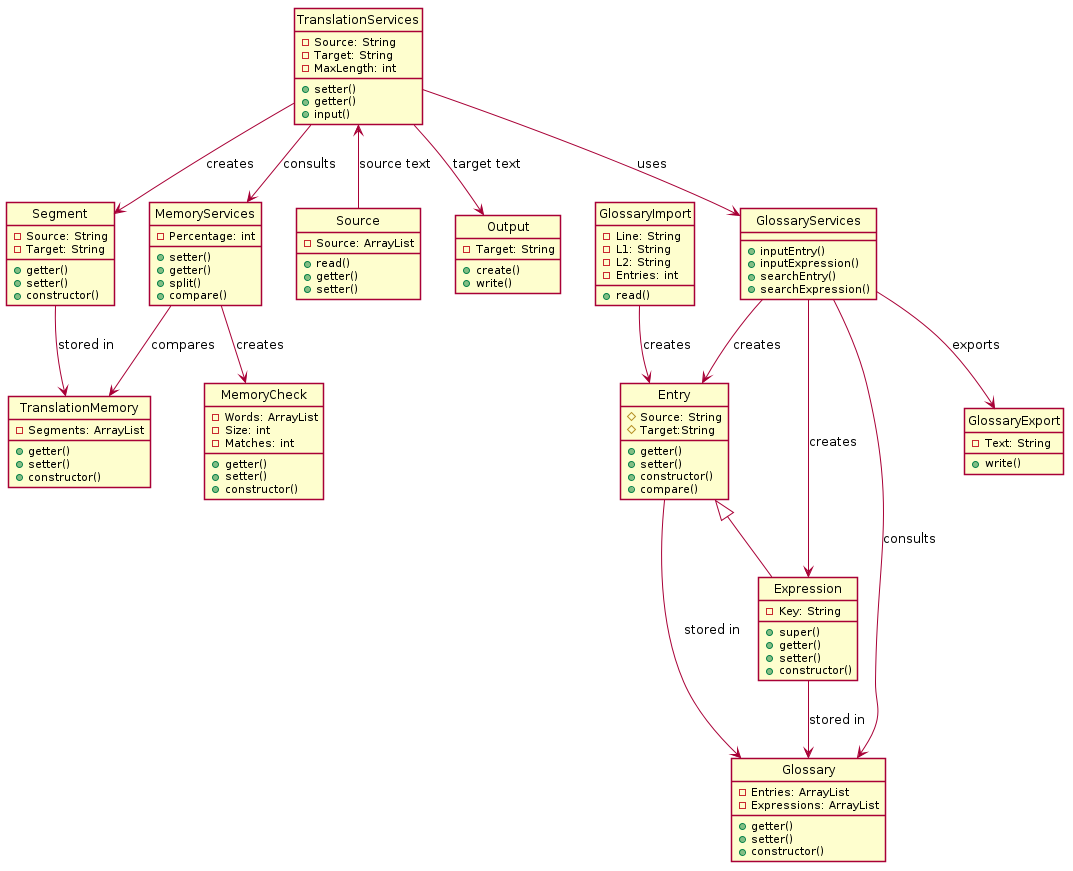
emiestevarena/OpenCATe keeps this PlantUML diagram as out/sequence/OpenCATe.png. Above is the earlier version.
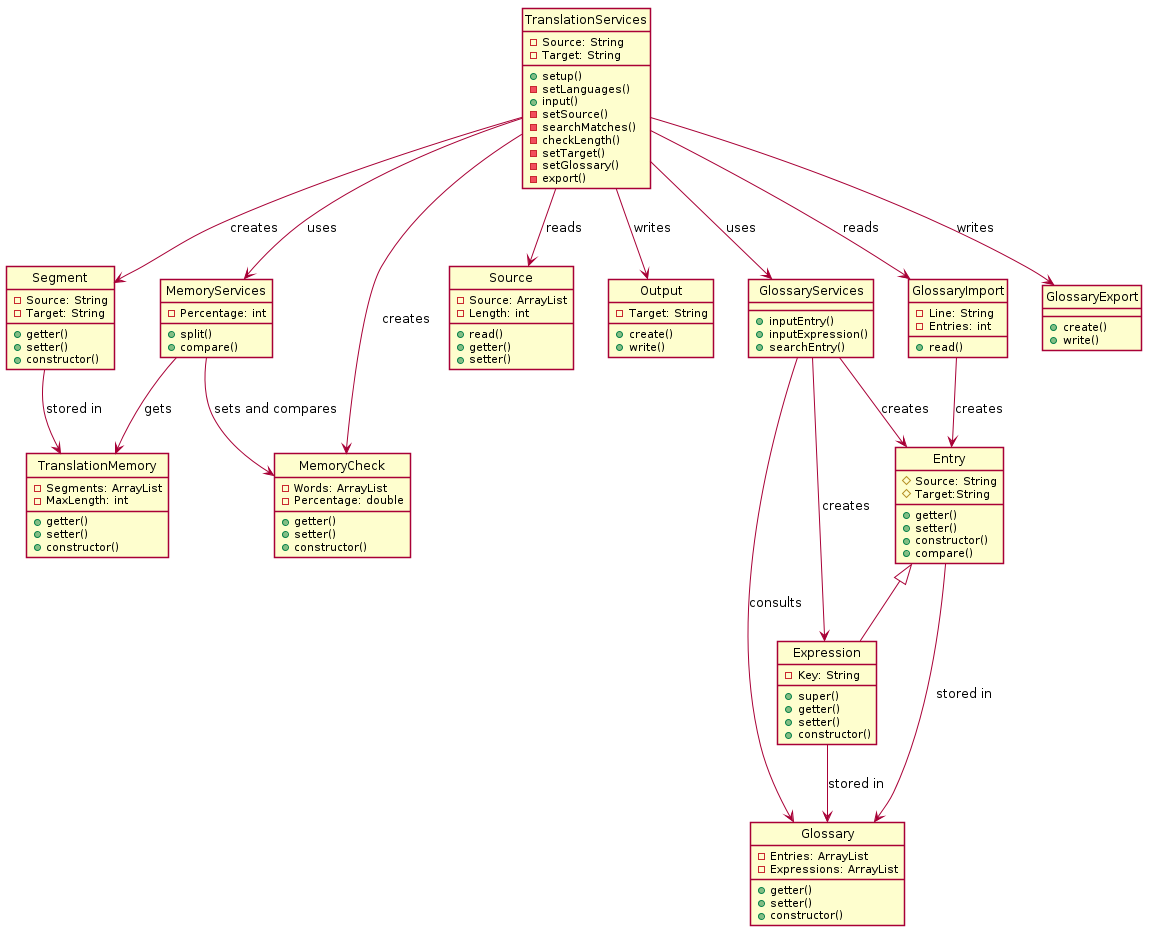
After the change.

Commit message:
UML update ready!

Change to the diagram source:
```diff
@@ -13,6 +13,7 @@
 
 class TranslationMemory{
     -Segments: ArrayList
+    -MaxLength: int
     +getter()
     +setter()
     +constructor()
@@ -46,14 +47,20 @@
 class TranslationServices{
     -Source: String
     -Target: String
-    -MaxLength: int
-    +setter()
-    +getter()
+    +setup()
+    -setLanguages()
     +input()
+    -setSource()
+    -searchMatches()
+    -checkLength()
+    -setTarget()
+    -setGlossary()
+    -export()
 }
 
 class Source{
     -Source: ArrayList
+    -Length: int
     +read()
     +getter()
     +setter()
@@ -69,13 +76,11 @@
     +inputEntry()
     +inputExpression()
     +searchEntry()
-    +searchExpression()
 }
 
 class MemoryCheck{
     -Words: ArrayList
-    -Size: int
-    -Matches: int
+    -Percentage: double
     +getter()
     +setter()
     +constructor()
@@ -83,22 +88,18 @@
 
 class MemoryServices{
     -Percentage: int
-    +setter()
-    +getter()
     +split()
     +compare()
 }
 
 class GlossaryImport{
     -Line: String
-    -L1: String
-    -L2: String
     -Entries: int
     +read()
 }
 
 class GlossaryExport{
-    -Text: String
+    +create()
     +write()
 }
 
@@ -106,15 +107,17 @@
 Expression --> Glossary :stored in
 Entry --> Glossary :stored in
 TranslationServices--> Segment :creates
-TranslationServices<-- Source: source text
-TranslationServices --> Output: target text
+TranslationServices --> Source: reads
+TranslationServices --> Output: writes
 TranslationServices --> GlossaryServices: uses
 GlossaryServices --> Entry : creates
 GlossaryServices --> Expression: creates
 GlossaryServices --> Glossary: consults
-TranslationServices --> MemoryServices: consults
-MemoryServices --> MemoryCheck: creates
-MemoryServices --> TranslationMemory: compares
+TranslationServices --> MemoryServices: uses
+TranslationServices --> MemoryCheck : creates
+MemoryServices --> MemoryCheck: sets and compares
+MemoryServices --> TranslationMemory: gets
 GlossaryImport --> Entry: creates
-GlossaryServices --> GlossaryExport :exports
+TranslationServices --> GlossaryExport :writes
+TranslationServices --> GlossaryImport :reads
 @enduml
```
